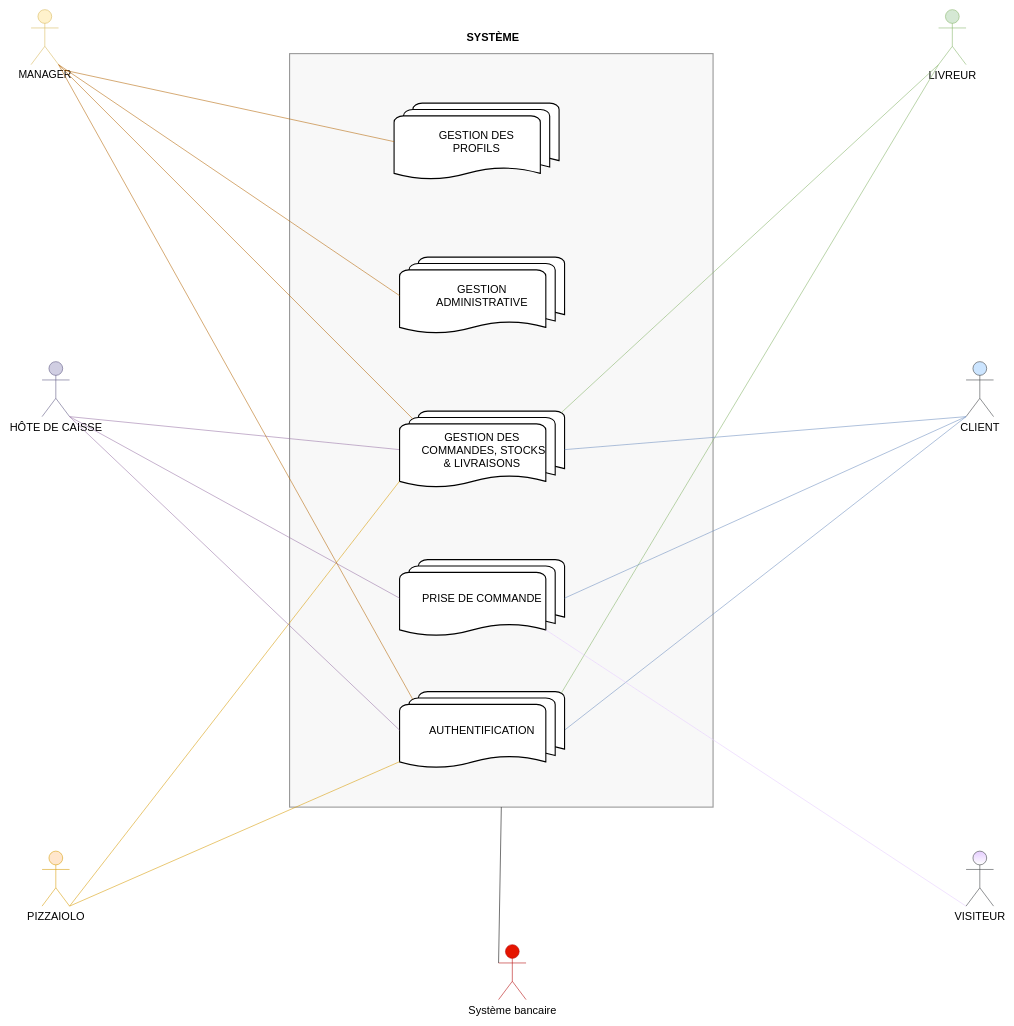
The draw.io diagram Client/Untitled Diagram.drawio in OMorlotti/P4-analyser-les-besoin-de-mon-client-pour-son-groupe-de-pizzerias, before the edit. Source tidied: cells renumbered, new cells numbered last; positions are measured from the earlier drawing's top-left corner, leaving out a move shared by most shapes. Both pictures are drawn from the tidied source at 55%, with x=0, y=0 at pixel (31, 9).
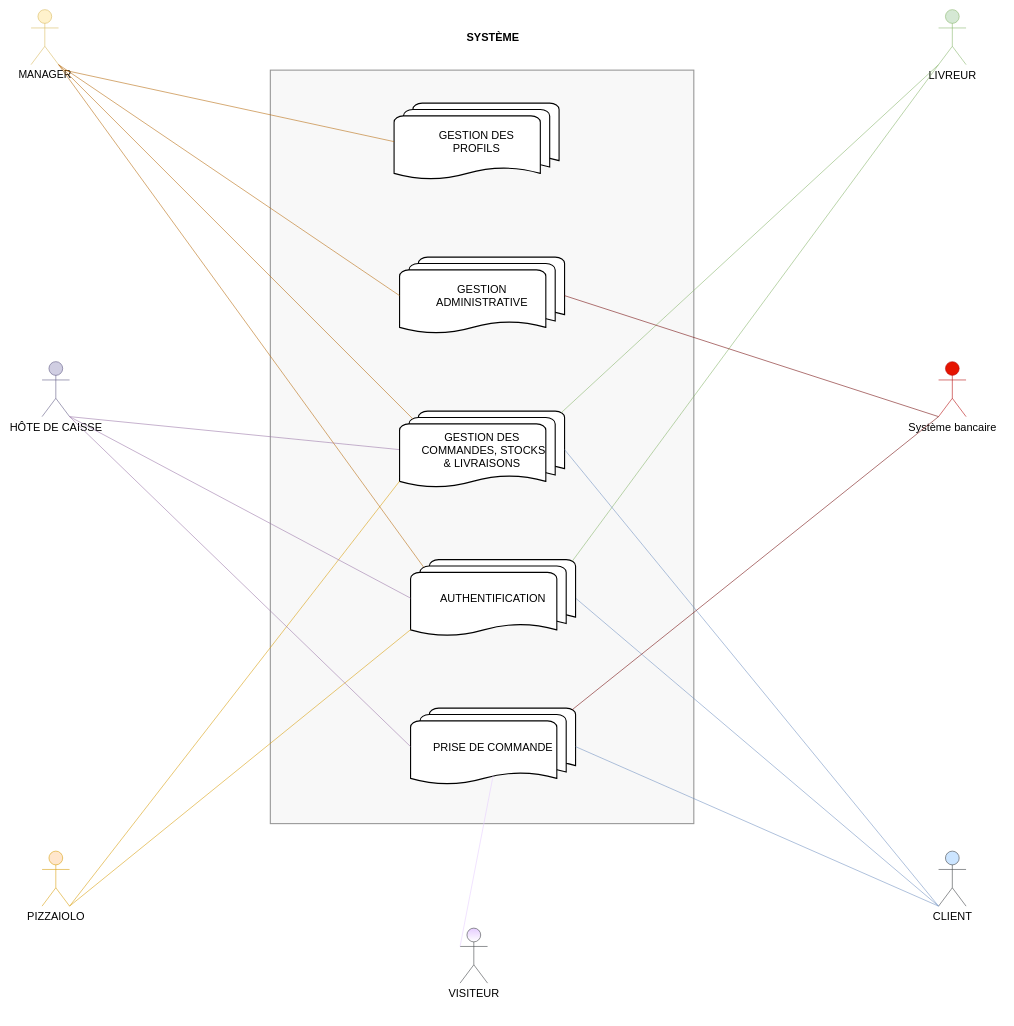
Above is the later version.

The change refers to these unchanged cells:
```xml
<mxCell id="13" value="&lt;span style=&quot;font-size: 20px&quot;&gt;GESTION&lt;br&gt;ADMINISTRATIVE&lt;/span&gt;" style="strokeWidth=2;html=1;shape=mxgraph.flowchart.multi-document;whiteSpace=wrap;gradientColor=none;align=center;" parent="1" vertex="1">
  <mxGeometry x="670" y="450" width="300" height="140" as="geometry" />
</mxCell>
```

The edit, as a diff of the source:
```diff
@@
     <mxCell id="2" style="rounded=0;whiteSpace=wrap;html=1;fillColor=#eeeeee;strokeColor=#000000;opacity=40;strokeWidth=2;" parent="1" vertex="1">
-      <mxGeometry x="470" y="80" width="770" height="1370" as="geometry" />
+      <mxGeometry x="435" y="110" width="770" height="1370" as="geometry" />
     </mxCell>
     <mxCell id="3" value="&lt;font style=&quot;font-size: 20px&quot;&gt;CLIENT&lt;/font&gt;" style="shape=umlActor;verticalLabelPosition=bottom;labelBackgroundColor=#ffffff;verticalAlign=top;html=1;outlineConnect=0;fillColor=#cce5ff;strokeColor=#36393d;" parent="1" vertex="1">
-      <mxGeometry x="1700" y="640" width="50" height="100" as="geometry" />
+      <mxGeometry x="1650" y="1530" width="50" height="100" as="geometry" />
     </mxCell>
@@
     <mxCell id="8" value="&lt;font style=&quot;font-size: 20px&quot; color=&quot;#000000&quot;&gt;Système bancaire&lt;/font&gt;" style="shape=umlActor;verticalLabelPosition=bottom;labelBackgroundColor=#ffffff;verticalAlign=top;html=1;outlineConnect=0;fillColor=#e51400;strokeColor=#B20000;fontColor=#ffffff;" parent="1" vertex="1">
-      <mxGeometry x="850" y="1700" width="50" height="100" as="geometry" />
+      <mxGeometry x="1650" y="640" width="50" height="100" as="geometry" />
     </mxCell>
@@
     <mxCell id="11" value="&lt;font style=&quot;font-size: 20px&quot;&gt;AUTHENTIFICATION&lt;/font&gt;" style="strokeWidth=2;html=1;shape=mxgraph.flowchart.multi-document;whiteSpace=wrap;gradientColor=none;align=center;" parent="1" vertex="1">
-      <mxGeometry x="670" y="1240" width="300" height="140" as="geometry" />
+      <mxGeometry x="690" y="1000" width="300" height="140" as="geometry" />
     </mxCell>
     <mxCell id="12" value="&lt;span style=&quot;font-size: 20px&quot;&gt;PRISE DE COMMANDE&lt;/span&gt;" style="strokeWidth=2;html=1;shape=mxgraph.flowchart.multi-document;whiteSpace=wrap;gradientColor=none;align=center;" parent="1" vertex="1">
-      <mxGeometry x="670" y="1000" width="300" height="140" as="geometry" />
+      <mxGeometry x="690" y="1270" width="300" height="140" as="geometry" />
     </mxCell>
@@
-    <mxCell id="17" style="endArrow=none;html=1;entryX=0;entryY=0.3333333333333333;entryDx=0;entryDy=0;entryPerimeter=0;exitX=0.5;exitY=1;exitDx=0;exitDy=0;" parent="1" edge="1" source="2" target="8">
-      <mxGeometry relative="1" as="geometry" />
-    </mxCell>
@@
     <mxCell id="28" value="&lt;font style=&quot;font-size: 20px&quot;&gt;VISITEUR&lt;/font&gt;" style="shape=umlActor;verticalLabelPosition=bottom;labelBackgroundColor=#ffffff;verticalAlign=top;html=1;outlineConnect=0;fillColor=#E5CCFF;strokeColor=#36393d;gradientColor=#ffffff;" parent="1" vertex="1">
-      <mxGeometry x="1700" y="1530" width="50" height="100" as="geometry" />
+      <mxGeometry x="780" y="1670" width="50" height="100" as="geometry" />
     </mxCell>
-    <mxCell id="29" style="endArrow=none;html=1;entryX=0.885;entryY=0.91;entryDx=0;entryDy=0;entryPerimeter=0;fillColor=#dae8fc;strokeColor=#E5CCFF;exitX=0;exitY=1;exitDx=0;exitDy=0;exitPerimeter=0;endFill=0;" parent="1" edge="1" source="28" target="12">
+    <mxCell id="29" style="endArrow=none;html=1;entryX=0.5;entryY=0.88;entryDx=0;entryDy=0;entryPerimeter=0;fillColor=#dae8fc;strokeColor=#E5CCFF;endFill=0;exitX=0;exitY=0.3333333333333333;exitDx=0;exitDy=0;exitPerimeter=0;" parent="1" edge="1" source="28" target="12">
       <mxGeometry relative="1" as="geometry" />
     </mxCell>
@@
+    <mxCell id="32" style="endArrow=none;html=1;entryX=0;entryY=1;entryDx=0;entryDy=0;entryPerimeter=0;exitX=1;exitY=0.5;exitDx=0;exitDy=0;exitPerimeter=0;fillColor=#a20025;strokeColor=#6F0000;" parent="1" edge="1" source="13" target="8">
+      <mxGeometry relative="1" as="geometry" />
+    </mxCell>
+    <mxCell id="33" style="endArrow=none;html=1;entryX=0;entryY=1;entryDx=0;entryDy=0;entryPerimeter=0;exitX=0.98;exitY=0.02;exitDx=0;exitDy=0;exitPerimeter=0;fillColor=#a20025;strokeColor=#6F0000;" parent="1" edge="1" source="12" target="8">
+      <mxGeometry relative="1" as="geometry" />
+    </mxCell>
```
